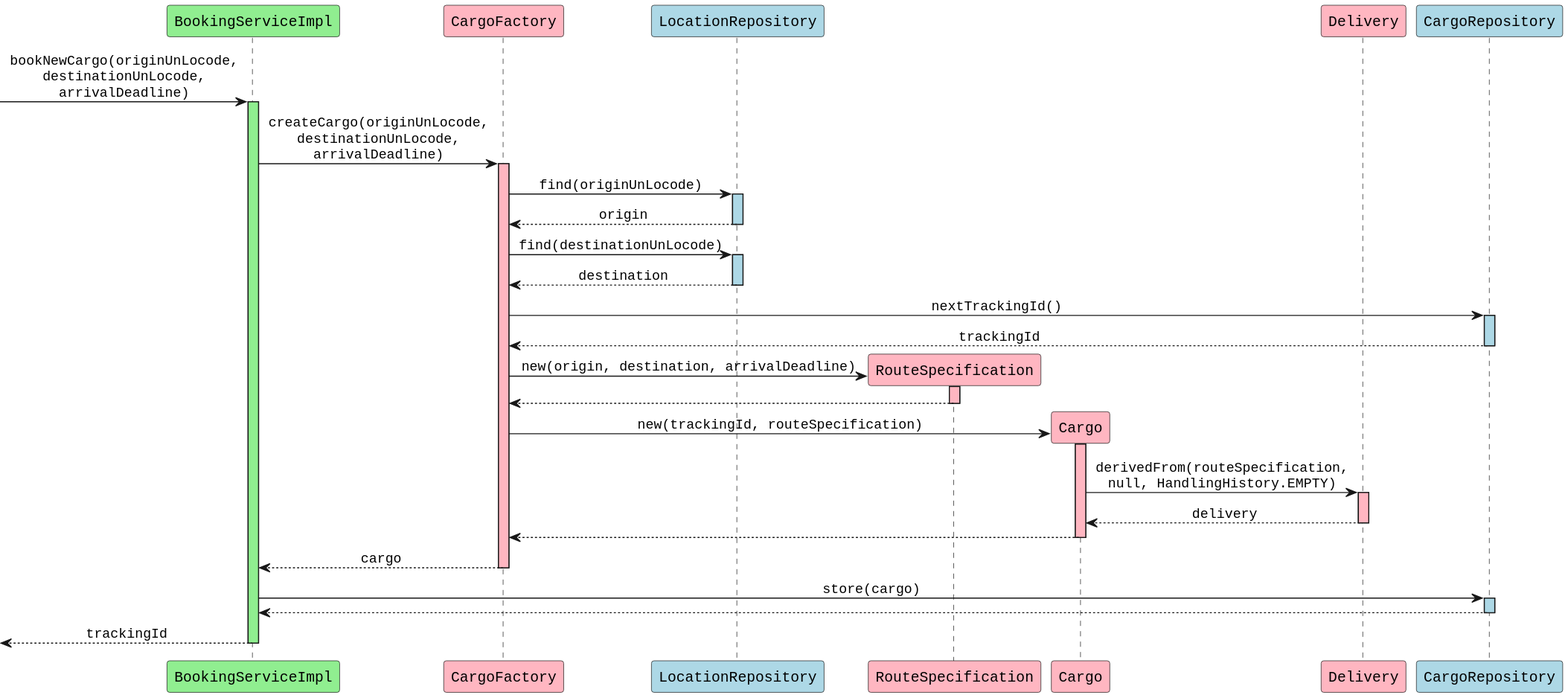
This is diagrams/BookingServiceImpl_bookNewCargo.svg from aowss/dddsample-core, a PlantUML export, as it was before one commit.
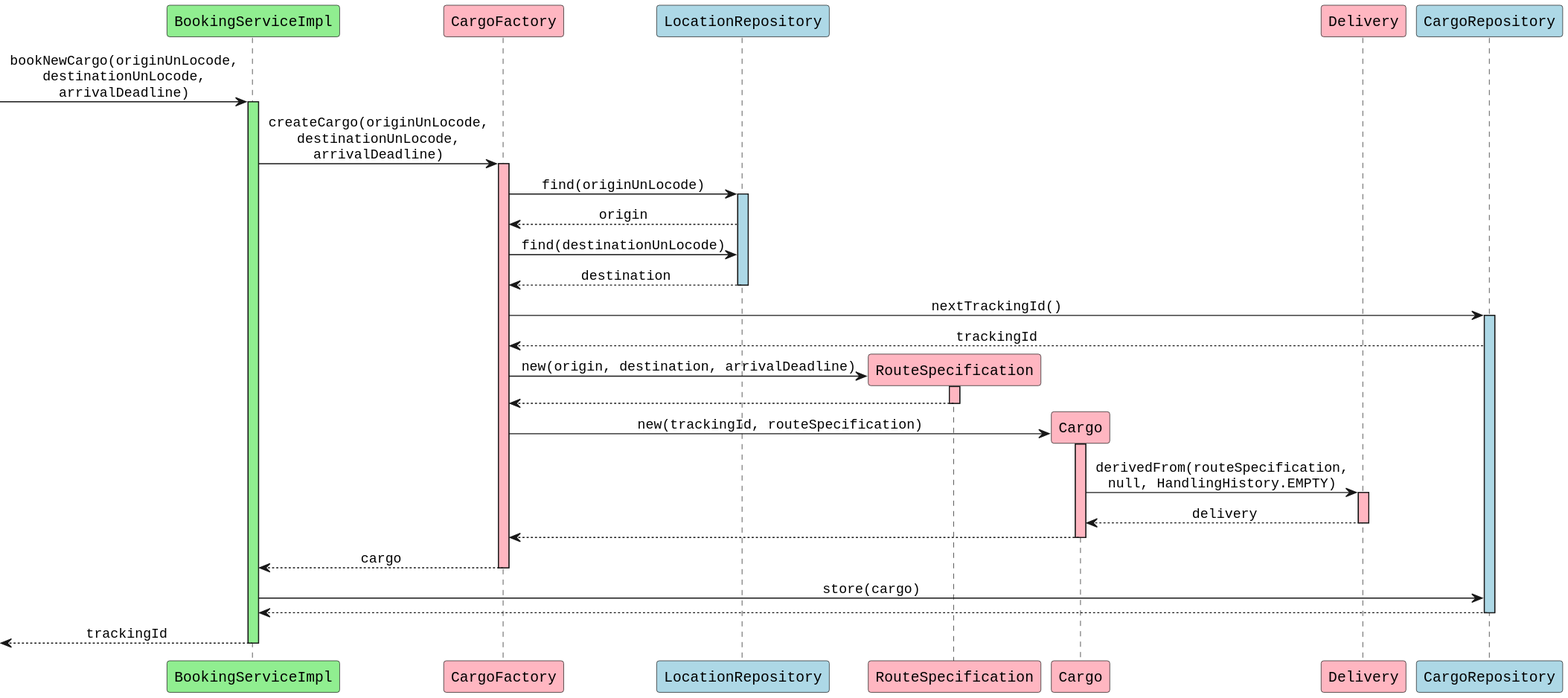
After the commit.

Change to the diagram source:
```diff
@@ -20,17 +20,14 @@
 cf -> lr: find(originUnLocode)
 activate lr #lightblue
 lr --> cf: origin
-deactivate lr
 
 cf -> lr: find(destinationUnLocode)
-activate lr #lightblue
 lr --> cf: destination
 deactivate lr
 
 cf -> cr: nextTrackingId()
 activate cr #lightblue
 cr --> cf: trackingId
-deactivate cr
 
 create rs
 cf -> rs: new(origin, destination, arrivalDeadline)
@@ -49,11 +46,11 @@
 
 c --> cf
 deactivate c
+
 cf --> bs: cargo
 deactivate cf
 
 bs -> cr: store(cargo)
-activate cr #lightblue
 cr --> bs
 deactivate cr
 
```
